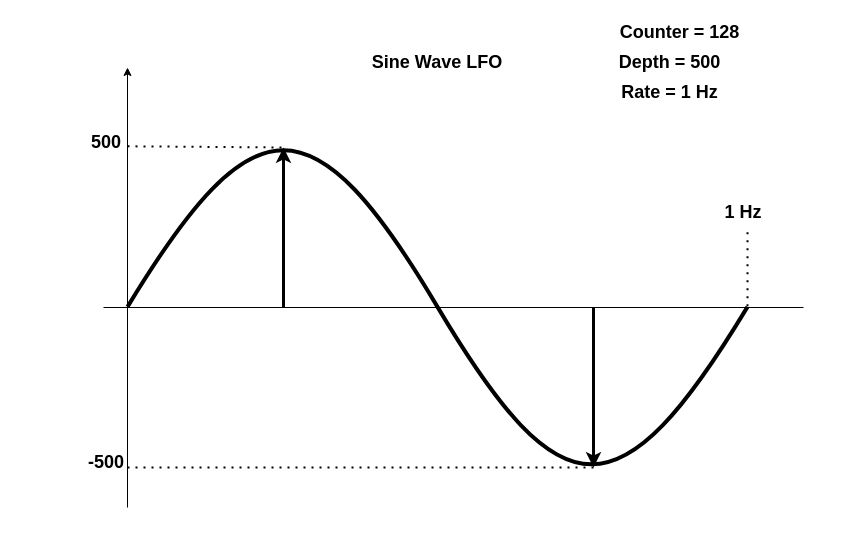
Earlier version of the draw.io diagram LFO.drawio (flamefir/ISB-final-project). Source tidied: cells renumbered, new cells numbered last; positions are measured from the earlier drawing's top-left corner, leaving out a move shared by most shapes. Both pictures are drawn from the tidied source at 100%, with x=0, y=0 at pixel (76, 17).
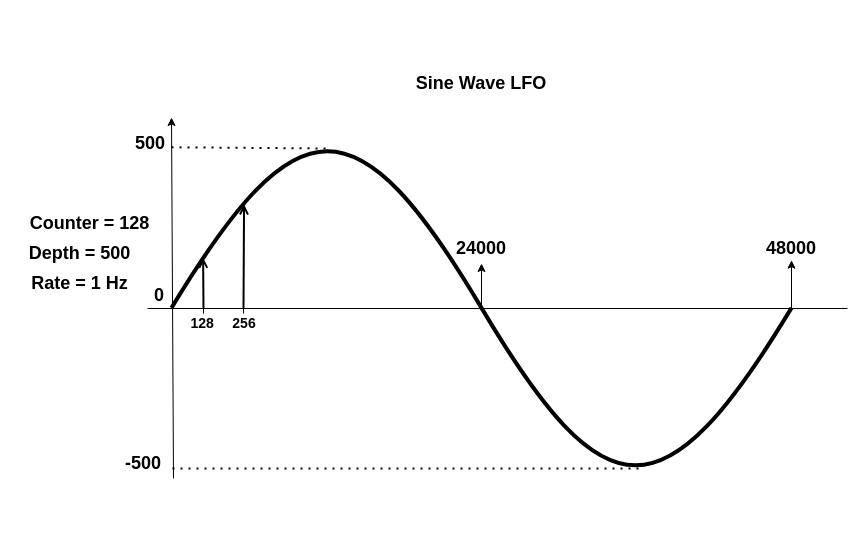
The same diagram, later.

Change to the diagram source:
```diff
@@
     <mxCell id="2" style="verticalLabelPosition=bottom;shadow=0;dashed=0;align=center;html=1;verticalAlign=top;shape=mxgraph.electrical.waveforms.sine_wave;strokeWidth=4;" parent="1" vertex="1">
-      <mxGeometry x="51" y="80" width="620" height="420" as="geometry" />
+      <mxGeometry x="95" y="81" width="620" height="420" as="geometry" />
     </mxCell>
     <mxCell id="3" style="endArrow=none;html=1;rounded=0;" parent="1" edge="1">
       <mxGeometry relative="1" as="geometry">
-        <mxPoint x="27" y="290" as="sourcePoint" />
-        <mxPoint x="727" y="290" as="targetPoint" />
+        <mxPoint x="71" y="291" as="sourcePoint" />
+        <mxPoint x="771" y="291" as="targetPoint" />
       </mxGeometry>
     </mxCell>
-    <mxCell id="4" style="endArrow=classic;startArrow=none;html=1;rounded=0;strokeWidth=3;spacing=2;verticalAlign=middle;labelPosition=right;verticalLabelPosition=middle;align=left;startFill=0;" parent="1" edge="1">
-      <mxGeometry y="70" relative="1" as="geometry">
-        <mxPoint x="207" y="290" as="sourcePoint" />
-        <mxPoint x="207" y="130" as="targetPoint" />
-      </mxGeometry>
-    </mxCell>
-    <mxCell id="5" style="endArrow=classic;startArrow=none;html=1;rounded=0;strokeWidth=3;spacing=2;verticalAlign=middle;labelPosition=right;verticalLabelPosition=middle;align=left;startFill=0;" parent="1" edge="1">
-      <mxGeometry x="-0.06" y="70" relative="1" as="geometry">
-        <mxPoint x="517" y="290" as="sourcePoint" />
-        <mxPoint x="517" y="450" as="targetPoint" />
-        <Array as="points">
-          <mxPoint x="517" y="400" />
-        </Array>
-      </mxGeometry>
-    </mxCell>
-    <mxCell id="6" style="endArrow=classic;html=1;rounded=0;" parent="1" edge="1">
+    <mxCell id="6" style="endArrow=classic;html=1;rounded=0;exitX=1;exitY=1;exitDx=0;exitDy=0;" parent="1" edge="1" source="7">
       <mxGeometry relative="1" as="geometry">
-        <mxPoint x="51" y="490" as="sourcePoint" />
-        <mxPoint x="51" y="50" as="targetPoint" />
+        <mxPoint x="95" y="100" as="targetPoint" />
       </mxGeometry>
     </mxCell>
     <mxCell id="7" value="-500" style="text;html=1;strokeColor=none;fillColor=none;align=center;verticalAlign=middle;whiteSpace=wrap;rounded=0;fontStyle=1;fontSize=18;" parent="1" vertex="1">
-      <mxGeometry y="430" width="60" height="30" as="geometry" />
+      <mxGeometry x="37" y="431" width="60" height="30" as="geometry" />
     </mxCell>
     <mxCell id="8" style="endArrow=none;dashed=1;html=1;dashPattern=1 3;strokeWidth=2;rounded=0;exitX=1.004;exitY=0.626;exitDx=0;exitDy=0;exitPerimeter=0;" parent="1" edge="1">
       <mxGeometry relative="1" as="geometry">
-        <mxPoint x="51" y="128.8" as="sourcePoint" />
-        <mxPoint x="207" y="130" as="targetPoint" />
+        <mxPoint x="95" y="129.8" as="sourcePoint" />
+        <mxPoint x="251" y="131" as="targetPoint" />
       </mxGeometry>
     </mxCell>
     <mxCell id="9" value="500" style="text;html=1;strokeColor=none;fillColor=none;align=center;verticalAlign=middle;whiteSpace=wrap;rounded=0;fontStyle=1;fontSize=18;" parent="1" vertex="1">
-      <mxGeometry y="110" width="60" height="30" as="geometry" />
+      <mxGeometry x="44" y="111" width="60" height="30" as="geometry" />
     </mxCell>
     <mxCell id="10" style="endArrow=none;dashed=1;html=1;dashPattern=1 3;strokeWidth=2;rounded=0;exitX=1.004;exitY=0.626;exitDx=0;exitDy=0;exitPerimeter=0;" parent="1" edge="1">
       <mxGeometry relative="1" as="geometry">
-        <mxPoint x="51" y="450" as="sourcePoint" />
-        <mxPoint x="517" y="450" as="targetPoint" />
+        <mxPoint x="96" y="451" as="sourcePoint" />
+        <mxPoint x="562" y="451" as="targetPoint" />
       </mxGeometry>
     </mxCell>
     <mxCell id="11" value="&lt;b style=&quot;font-size: 18px;&quot;&gt;Depth = 500&amp;nbsp;&lt;/b&gt;" style="text;html=1;strokeColor=none;fillColor=none;align=center;verticalAlign=middle;whiteSpace=wrap;rounded=0;fontSize=18;" parent="1" vertex="1">
-      <mxGeometry x="531" y="30" width="130" height="30" as="geometry" />
+      <mxGeometry x="-59" y="221" width="130" height="30" as="geometry" />
     </mxCell>
     <mxCell id="12" value="&lt;b style=&quot;font-size: 18px;&quot;&gt;Rate = 1 Hz&amp;nbsp;&lt;/b&gt;" style="text;html=1;strokeColor=none;fillColor=none;align=center;verticalAlign=middle;whiteSpace=wrap;rounded=0;fontSize=18;" parent="1" vertex="1">
-      <mxGeometry x="531" y="60" width="130" height="30" as="geometry" />
+      <mxGeometry x="-59" y="251" width="130" height="30" as="geometry" />
     </mxCell>
-    <mxCell id="13" style="endArrow=none;dashed=1;html=1;dashPattern=1 3;strokeWidth=2;rounded=0;exitX=1;exitY=0.321;exitDx=0;exitDy=0;exitPerimeter=0;" parent="1" edge="1" source="2">
-      <mxGeometry relative="1" as="geometry">
-        <mxPoint x="671" y="290" as="targetPoint" />
-      </mxGeometry>
-    </mxCell>
-    <mxCell id="14" value="&lt;font style=&quot;font-size: 18px;&quot;&gt;1 Hz&lt;/font&gt;" style="text;html=1;strokeColor=none;fillColor=none;align=center;verticalAlign=middle;whiteSpace=wrap;rounded=0;fontStyle=1;" parent="1" vertex="1">
-      <mxGeometry x="637" y="180" width="60" height="30" as="geometry" />
-    </mxCell>
     <mxCell id="15" value="&lt;b style=&quot;font-size: 18px;&quot;&gt;Sine Wave LFO&lt;/b&gt;" style="text;html=1;strokeColor=none;fillColor=none;align=center;verticalAlign=middle;whiteSpace=wrap;rounded=0;fontSize=18;" parent="1" vertex="1">
-      <mxGeometry x="281" y="30" width="160" height="30" as="geometry" />
+      <mxGeometry x="325" y="51" width="160" height="30" as="geometry" />
     </mxCell>
     <mxCell id="16" value="&lt;b style=&quot;font-size: 18px;&quot;&gt;Counter = 128&amp;nbsp;&lt;/b&gt;" style="text;html=1;strokeColor=none;fillColor=none;align=center;verticalAlign=middle;whiteSpace=wrap;rounded=0;fontSize=18;" parent="1" vertex="1">
-      <mxGeometry x="541" width="130" height="30" as="geometry" />
+      <mxGeometry x="-49" y="191" width="130" height="30" as="geometry" />
     </mxCell>
+    <mxCell id="17" style="endArrow=classic;html=1;rounded=0;fontSize=18;strokeWidth=1;entryX=0.5;entryY=1;entryDx=0;entryDy=0;" parent="1" edge="1" target="18">
+      <mxGeometry relative="1" as="geometry">
+        <mxPoint x="405" y="292" as="sourcePoint" />
+      </mxGeometry>
+    </mxCell>
+    <mxCell id="18" value="24000" style="text;html=1;strokeColor=none;fillColor=none;align=center;verticalAlign=middle;whiteSpace=wrap;rounded=0;fontStyle=1;fontSize=18;" parent="1" vertex="1">
+      <mxGeometry x="360" y="216" width="90" height="30" as="geometry" />
+    </mxCell>
+    <mxCell id="19" style="endArrow=classic;html=1;rounded=0;fontSize=18;strokeWidth=1;entryX=1;entryY=0.385;entryDx=0;entryDy=0;entryPerimeter=0;" parent="1" edge="1" target="2">
+      <mxGeometry relative="1" as="geometry">
+        <mxPoint x="715" y="292" as="sourcePoint" />
+      </mxGeometry>
+    </mxCell>
+    <mxCell id="20" value="48000" style="text;html=1;strokeColor=none;fillColor=none;align=center;verticalAlign=middle;whiteSpace=wrap;rounded=0;fontStyle=1;fontSize=18;" parent="1" vertex="1">
+      <mxGeometry x="670" y="216" width="90" height="30" as="geometry" />
+    </mxCell>
+    <mxCell id="21" value="0" style="text;html=1;strokeColor=none;fillColor=none;align=center;verticalAlign=middle;whiteSpace=wrap;rounded=0;fontStyle=1;fontSize=18;" parent="1" vertex="1">
+      <mxGeometry x="53" y="263" width="60" height="30" as="geometry" />
+    </mxCell>
+    <mxCell id="22" style="endArrow=none;html=1;rounded=0;" parent="1" edge="1">
+      <mxGeometry relative="1" as="geometry">
+        <mxPoint x="127" y="296" as="sourcePoint" />
+        <mxPoint x="127" y="286" as="targetPoint" />
+      </mxGeometry>
+    </mxCell>
+    <mxCell id="23" style="endArrow=none;html=1;rounded=0;" parent="1" edge="1">
+      <mxGeometry relative="1" as="geometry">
+        <mxPoint x="167" y="296" as="sourcePoint" />
+        <mxPoint x="167" y="286" as="targetPoint" />
+      </mxGeometry>
+    </mxCell>
+    <mxCell id="24" style="endArrow=open;html=1;strokeWidth=2;rounded=0;entryX=0.051;entryY=0.379;entryDx=0;entryDy=0;entryPerimeter=0;endFill=0;" parent="1" edge="1" target="2">
+      <mxGeometry relative="1" as="geometry">
+        <mxPoint x="127" y="291" as="sourcePoint" />
+      </mxGeometry>
+    </mxCell>
+    <mxCell id="25" style="endArrow=open;html=1;strokeWidth=2;rounded=0;entryX=0.117;entryY=0.252;entryDx=0;entryDy=0;entryPerimeter=0;endFill=0;" parent="1" edge="1" target="2">
+      <mxGeometry relative="1" as="geometry">
+        <mxPoint x="167" y="291.5" as="sourcePoint" />
+      </mxGeometry>
+    </mxCell>
+    <mxCell id="26" value="&lt;b style=&quot;&quot;&gt;&lt;font style=&quot;font-size: 14px;&quot;&gt;128&amp;nbsp;&lt;/font&gt;&lt;/b&gt;" style="text;html=1;strokeColor=none;fillColor=none;align=center;verticalAlign=middle;whiteSpace=wrap;rounded=0;fontSize=18;" parent="1" vertex="1">
+      <mxGeometry x="113" y="290" width="30" height="30" as="geometry" />
+    </mxCell>
+    <mxCell id="27" value="&lt;b style=&quot;&quot;&gt;&lt;font style=&quot;font-size: 14px;&quot;&gt;256&lt;/font&gt;&lt;/b&gt;" style="text;html=1;strokeColor=none;fillColor=none;align=center;verticalAlign=middle;whiteSpace=wrap;rounded=0;fontSize=18;" parent="1" vertex="1">
+      <mxGeometry x="153" y="290" width="30" height="30" as="geometry" />
+    </mxCell>
```
